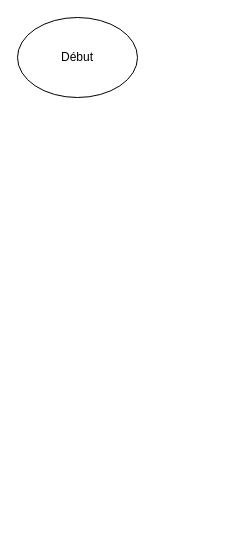
Above: Diagramme sans nom.drawio in cbourgouin/Projet_7 (draw.io), before the change. Source tidied: cells renumbered, new cells numbered last; positions are measured from the earlier drawing's top-left corner, leaving out a move shared by most shapes. Both pictures are drawn from the tidied source at 100%, with x=0, y=0 at pixel (17, 17).
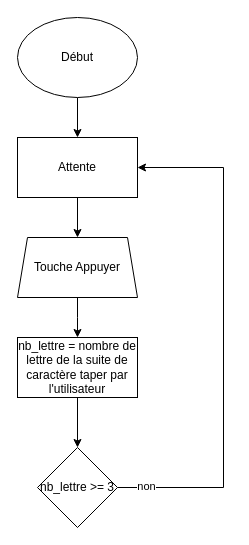
Above is the later version.

Commit message (it also covers changes not shown here):
Mettre à jour Diagramme sans nom.drawio

What changed in the source:
```diff
@@
 <mxGraphModel>
   <root>
     <mxCell id="0" />
     <mxCell id="1" parent="0" />
+    <mxCell id="3" style="edgeStyle=orthogonalEdgeStyle;rounded=0;jettySize=auto;html=1;exitX=0.5;exitY=1;exitDx=0;exitDy=0;entryX=0.5;entryY=0;entryDx=0;entryDy=0;" parent="1" edge="1" source="2" target="7">
+      <mxGeometry relative="1" as="geometry" />
+    </mxCell>
     <mxCell id="2" value="Début" style="ellipse;whiteSpace=wrap;html=1;" parent="1" vertex="1">
       <mxGeometry width="120" height="80" as="geometry" />
     </mxCell>
+    <mxCell id="4" style="edgeStyle=orthogonalEdgeStyle;rounded=0;jettySize=auto;html=1;exitX=0.5;exitY=1;exitDx=0;exitDy=0;entryX=0.5;entryY=0;entryDx=0;entryDy=0;" parent="1" edge="1" source="5">
+      <mxGeometry relative="1" as="geometry">
+        <mxPoint x="60" y="320" as="targetPoint" />
+      </mxGeometry>
+    </mxCell>
+    <mxCell id="5" value="Touche Appuyer" style="shape=trapezoid;perimeter=trapezoidPerimeter;whiteSpace=wrap;html=1;fixedSize=1;rotation=0;size=10;" parent="1" vertex="1">
+      <mxGeometry y="220" width="120" height="60" as="geometry" />
+    </mxCell>
+    <mxCell id="6" style="edgeStyle=orthogonalEdgeStyle;rounded=0;jettySize=auto;html=1;exitX=0.5;exitY=1;exitDx=0;exitDy=0;" parent="1" edge="1" source="7" target="5">
+      <mxGeometry relative="1" as="geometry" />
+    </mxCell>
+    <mxCell id="7" value="Attente" style="rounded=0;whiteSpace=wrap;html=1;" parent="1" vertex="1">
+      <mxGeometry y="120" width="120" height="60" as="geometry" />
+    </mxCell>
+    <mxCell id="8" style="edgeStyle=orthogonalEdgeStyle;rounded=0;jettySize=auto;html=1;exitX=0.5;exitY=1;exitDx=0;exitDy=0;entryX=0.5;entryY=0;entryDx=0;entryDy=0;" parent="1" edge="1" source="9" target="12">
+      <mxGeometry relative="1" as="geometry" />
+    </mxCell>
+    <mxCell id="9" value="nb_lettre = nombre de lettre de la suite de caractère taper par l'utilisateur" style="rounded=0;whiteSpace=wrap;html=1;" parent="1" vertex="1">
+      <mxGeometry y="320" width="120" height="60" as="geometry" />
+    </mxCell>
+    <mxCell id="10" style="edgeStyle=orthogonalEdgeStyle;rounded=0;jettySize=auto;html=1;exitX=1;exitY=0.5;exitDx=0;exitDy=0;entryX=1;entryY=0.5;entryDx=0;entryDy=0;" parent="1" edge="1" source="12" target="7">
+      <mxGeometry relative="1" as="geometry">
+        <Array as="points">
+          <mxPoint x="206" y="470" />
+          <mxPoint x="206" y="150" />
+        </Array>
+      </mxGeometry>
+    </mxCell>
+    <mxCell id="11" value="non" style="edgeLabel;html=1;align=center;verticalAlign=middle;" parent="10" vertex="1">
+      <mxGeometry x="-0.89" y="2" relative="1" as="geometry" />
+    </mxCell>
+    <mxCell id="12" value="nb_lettre &amp;gt;= 3" style="rhombus;whiteSpace=wrap;html=1;" parent="1" vertex="1">
+      <mxGeometry x="20" y="430" width="80" height="80" as="geometry" />
+    </mxCell>
   </root>
 </mxGraphModel>
```
